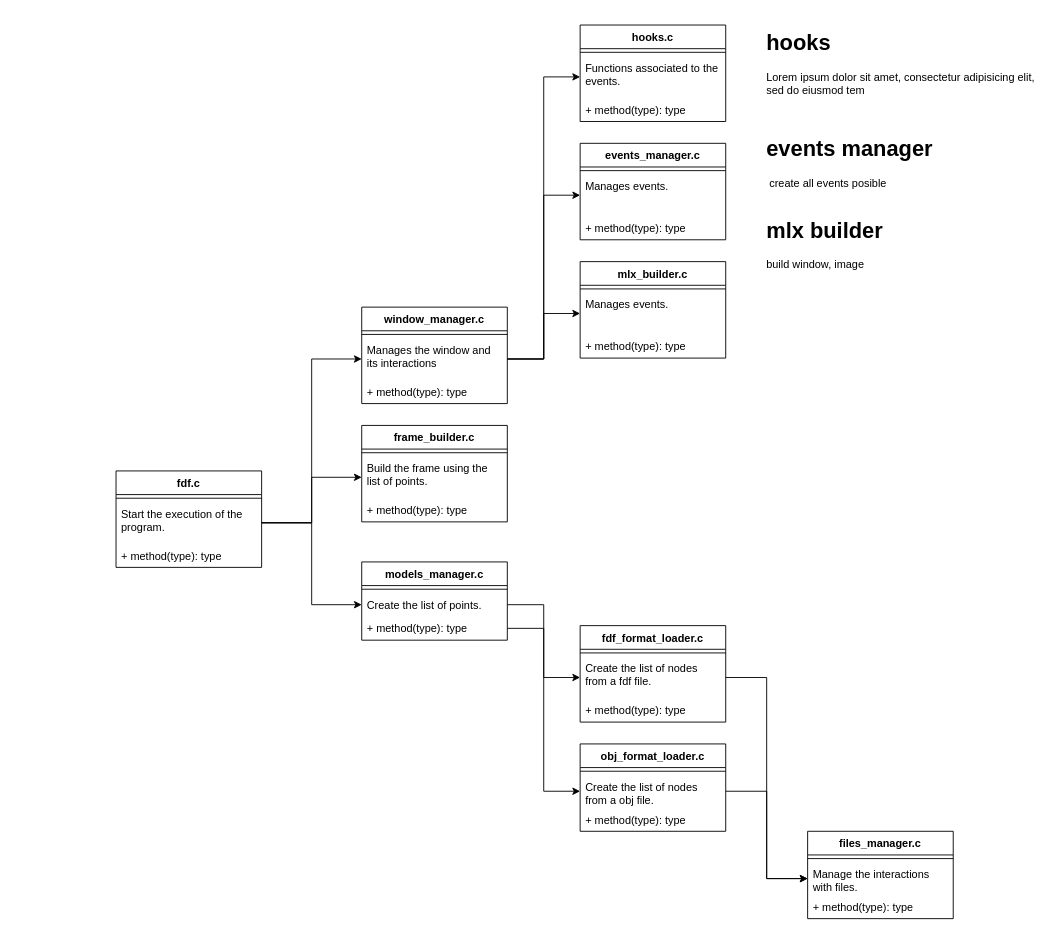
This is page "classes" (3 of 4) of Untitled Diagram.drawio from nythocampos/42_code, a draw.io file, before an edit. Source tidied: cells renumbered, new cells numbered last; positions are measured from the earlier drawing's top-left corner, leaving out a move shared by most shapes. Both pictures are drawn from the tidied source at 91%, with x=0, y=0 at pixel (116, 25).
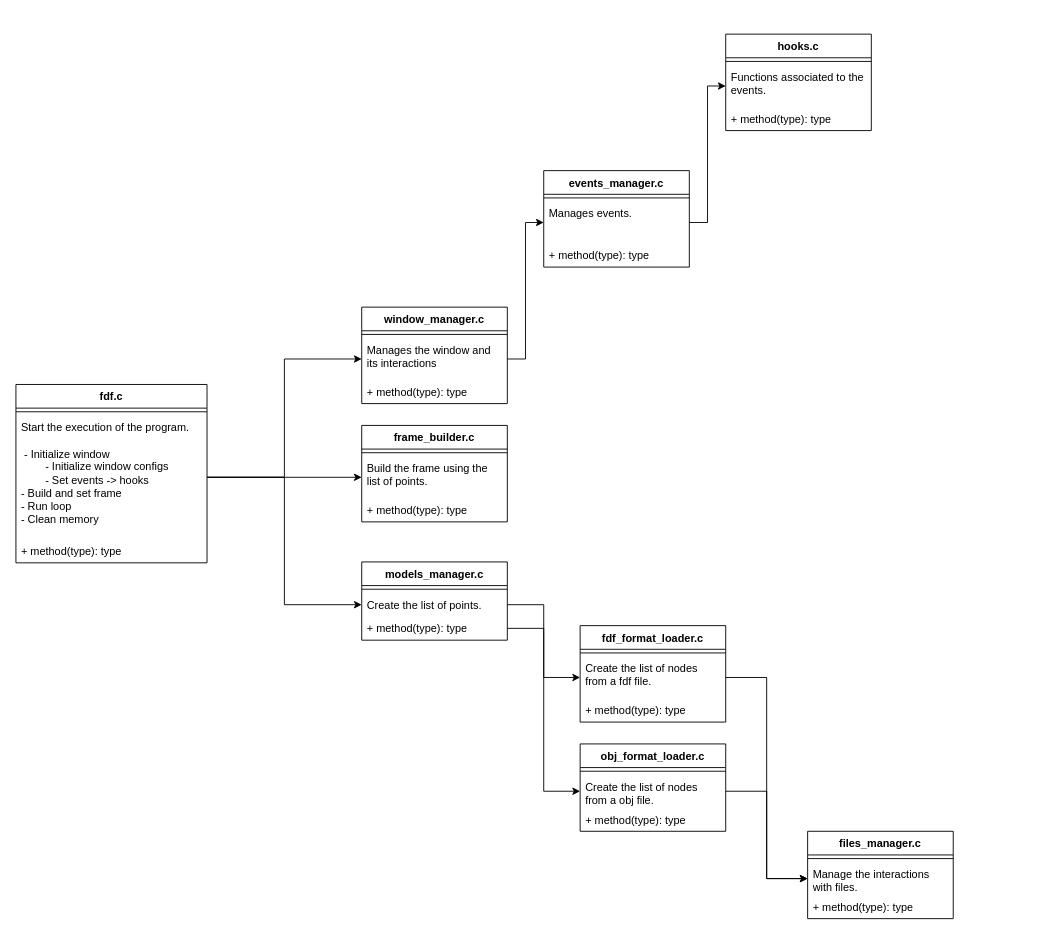
Above is the later version.

The change refers to these unchanged cells:
```xml
<mxCell id="34" value="Manages the window and its interactions" style="text;strokeColor=none;fillColor=none;align=left;verticalAlign=top;spacingLeft=4;spacingRight=4;overflow=hidden;points=[[0,0.5],[1,0.5]];portConstraint=eastwest;whiteSpace=wrap;html=1;" parent="32" vertex="1">
  <mxGeometry y="34" width="160" height="46" as="geometry" />
</mxCell>
<mxCell id="38" value="Functions associated to the events." style="text;strokeColor=none;fillColor=none;align=left;verticalAlign=top;spacingLeft=4;spacingRight=4;overflow=hidden;points=[[0,0.5],[1,0.5]];portConstraint=eastwest;whiteSpace=wrap;html=1;" parent="36" vertex="1">
  <mxGeometry y="34" width="160" height="46" as="geometry" />
</mxCell>
<mxCell id="42" value="Manages events." style="text;strokeColor=none;fillColor=none;align=left;verticalAlign=top;spacingLeft=4;spacingRight=4;overflow=hidden;points=[[0,0.5],[1,0.5]];portConstraint=eastwest;whiteSpace=wrap;html=1;" parent="40" vertex="1">
  <mxGeometry y="34" width="160" height="46" as="geometry" />
</mxCell>
```

What changed in the source:
```diff
@@
     <mxCell id="10" value="fdf.c" style="swimlane;fontStyle=1;align=center;verticalAlign=top;horizontal=1;startSize=26;whiteSpace=wrap;html=1;" parent="1" vertex="1">
-      <mxGeometry y="490" width="160" height="106" as="geometry" />
+      <mxGeometry x="-110" y="395" width="210" height="196" as="geometry" />
     </mxCell>
     <mxCell id="11" style="line;strokeWidth=1;fillColor=none;align=left;verticalAlign=middle;spacingTop=-1;spacingLeft=3;spacingRight=3;labelPosition=right;strokeColor=inherit;" parent="10" vertex="1">
-      <mxGeometry y="26" width="160" height="8" as="geometry" />
+      <mxGeometry y="26" width="210" height="8" as="geometry" />
     </mxCell>
-    <mxCell id="12" value="Start the execution of the program." style="text;strokeColor=none;fillColor=none;align=left;verticalAlign=top;spacingLeft=4;spacingRight=4;overflow=hidden;points=[[0,0.5],[1,0.5]];portConstraint=eastwest;whiteSpace=wrap;html=1;" parent="10" vertex="1">
-      <mxGeometry y="34" width="160" height="46" as="geometry" />
+    <mxCell id="12" value="Start the execution of the program.&lt;br&gt;&lt;br&gt;&amp;nbsp;- Initialize window&lt;br&gt;&lt;span style=&quot;white-space: pre;&quot;&gt;&#9;&lt;/span&gt;- Initialize window configs&lt;br&gt;&lt;span style=&quot;white-space: pre;&quot;&gt;&#9;&lt;/span&gt;- Set events -&amp;gt; hooks&lt;br&gt;- Build and set frame&lt;br&gt;- Run loop&lt;br&gt;- Clean memory" style="text;strokeColor=none;fillColor=none;align=left;verticalAlign=top;spacingLeft=4;spacingRight=4;overflow=hidden;points=[[0,0.5],[1,0.5]];portConstraint=eastwest;whiteSpace=wrap;html=1;" parent="10" vertex="1">
+      <mxGeometry y="34" width="210" height="136" as="geometry" />
     </mxCell>
     <mxCell id="13" value="+ method(type): type" style="text;strokeColor=none;fillColor=none;align=left;verticalAlign=top;spacingLeft=4;spacingRight=4;overflow=hidden;whiteSpace=wrap;html=1;" parent="10" vertex="1">
-      <mxGeometry y="80" width="160" height="26" as="geometry" />
+      <mxGeometry y="170" width="210" height="26" as="geometry" />
     </mxCell>
@@
     <mxCell id="36" value="hooks.c" style="swimlane;fontStyle=1;align=center;verticalAlign=top;horizontal=1;startSize=26;whiteSpace=wrap;html=1;" parent="1" vertex="1">
-      <mxGeometry x="510" width="160" height="106" as="geometry" />
+      <mxGeometry x="670" y="10" width="160" height="106" as="geometry" />
     </mxCell>
@@
     <mxCell id="40" value="events_manager.c" style="swimlane;fontStyle=1;align=center;verticalAlign=top;horizontal=1;startSize=26;whiteSpace=wrap;html=1;" parent="1" vertex="1">
-      <mxGeometry x="510" y="130" width="160" height="106" as="geometry" />
+      <mxGeometry x="470" y="160" width="160" height="106" as="geometry" />
     </mxCell>
@@
-    <mxCell id="46" style="edgeStyle=orthogonalEdgeStyle;rounded=0;jettySize=auto;html=1;exitX=1;exitY=0.5;exitDx=0;exitDy=0;" parent="1" edge="1" source="34" target="38">
-      <mxGeometry relative="1" as="geometry" />
-    </mxCell>
-    <mxCell id="47" value="mlx_builder.c" style="swimlane;fontStyle=1;align=center;verticalAlign=top;horizontal=1;startSize=26;whiteSpace=wrap;html=1;" parent="1" vertex="1">
-      <mxGeometry x="510" y="260" width="160" height="106" as="geometry" />
-    </mxCell>
-    <mxCell id="48" style="line;strokeWidth=1;fillColor=none;align=left;verticalAlign=middle;spacingTop=-1;spacingLeft=3;spacingRight=3;labelPosition=right;strokeColor=inherit;" parent="47" vertex="1">
-      <mxGeometry y="26" width="160" height="8" as="geometry" />
-    </mxCell>
-    <mxCell id="49" value="Manages events." style="text;strokeColor=none;fillColor=none;align=left;verticalAlign=top;spacingLeft=4;spacingRight=4;overflow=hidden;points=[[0,0.5],[1,0.5]];portConstraint=eastwest;whiteSpace=wrap;html=1;" parent="47" vertex="1">
-      <mxGeometry y="34" width="160" height="46" as="geometry" />
-    </mxCell>
-    <mxCell id="50" value="+ method(type): type" style="text;strokeColor=none;fillColor=none;align=left;verticalAlign=top;spacingLeft=4;spacingRight=4;overflow=hidden;whiteSpace=wrap;html=1;" parent="47" vertex="1">
-      <mxGeometry y="80" width="160" height="26" as="geometry" />
-    </mxCell>
-    <mxCell id="51" style="edgeStyle=orthogonalEdgeStyle;rounded=0;jettySize=auto;html=1;exitX=1;exitY=0.5;exitDx=0;exitDy=0;entryX=0;entryY=0.5;entryDx=0;entryDy=0;" parent="1" edge="1" source="34" target="49">
-      <mxGeometry relative="1" as="geometry" />
-    </mxCell>
-    <mxCell id="52" value="&lt;h1&gt;hooks&lt;/h1&gt;&lt;p&gt;Lorem ipsum dolor sit amet, consectetur adipisicing elit, sed do eiusmod tem&lt;/p&gt;&lt;p&gt;&lt;br&gt;&lt;/p&gt;&lt;h1 style=&quot;border-color: var(--border-color);&quot;&gt;events manager&lt;/h1&gt;&lt;div&gt;&lt;span style=&quot;background-color: initial;&quot;&gt;&amp;nbsp;create all events posible&lt;/span&gt;&lt;br&gt;&lt;/div&gt;&lt;div&gt;&lt;br&gt;&lt;/div&gt;&lt;div&gt;&lt;h1 style=&quot;border-color: var(--border-color);&quot;&gt;mlx builder&lt;/h1&gt;&lt;/div&gt;&lt;div&gt;build window, image&lt;/div&gt;" style="text;html=1;strokeColor=none;fillColor=none;spacing=5;spacingTop=-20;whiteSpace=wrap;overflow=hidden;rounded=0;" parent="1" vertex="1">
-      <mxGeometry x="710" width="310" height="380" as="geometry" />
-    </mxCell>
+    <mxCell id="53" style="edgeStyle=orthogonalEdgeStyle;rounded=0;jettySize=auto;html=1;exitX=1;exitY=0.5;exitDx=0;exitDy=0;" parent="1" edge="1" source="42" target="38">
+      <mxGeometry relative="1" as="geometry" />
+    </mxCell>
```
